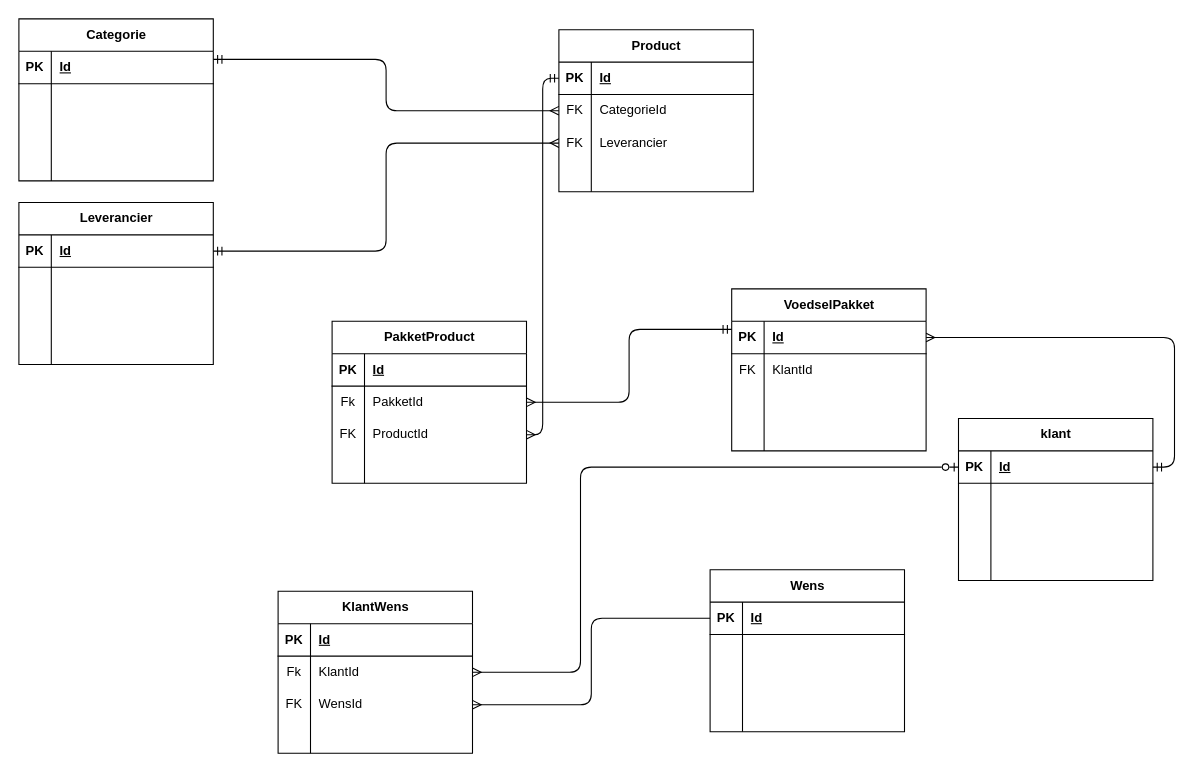
seppanhuis/voedselbank keeps this draw.io diagram as database/ERD/ERDVanIedereen.drawio. Above is the earlier version. Source tidied: cells renumbered, new cells numbered last; positions are measured from the earlier drawing's top-left corner, leaving out a move shared by most shapes. Both pictures are drawn from the tidied source at 108%, with x=0, y=0 at pixel (18, 18).
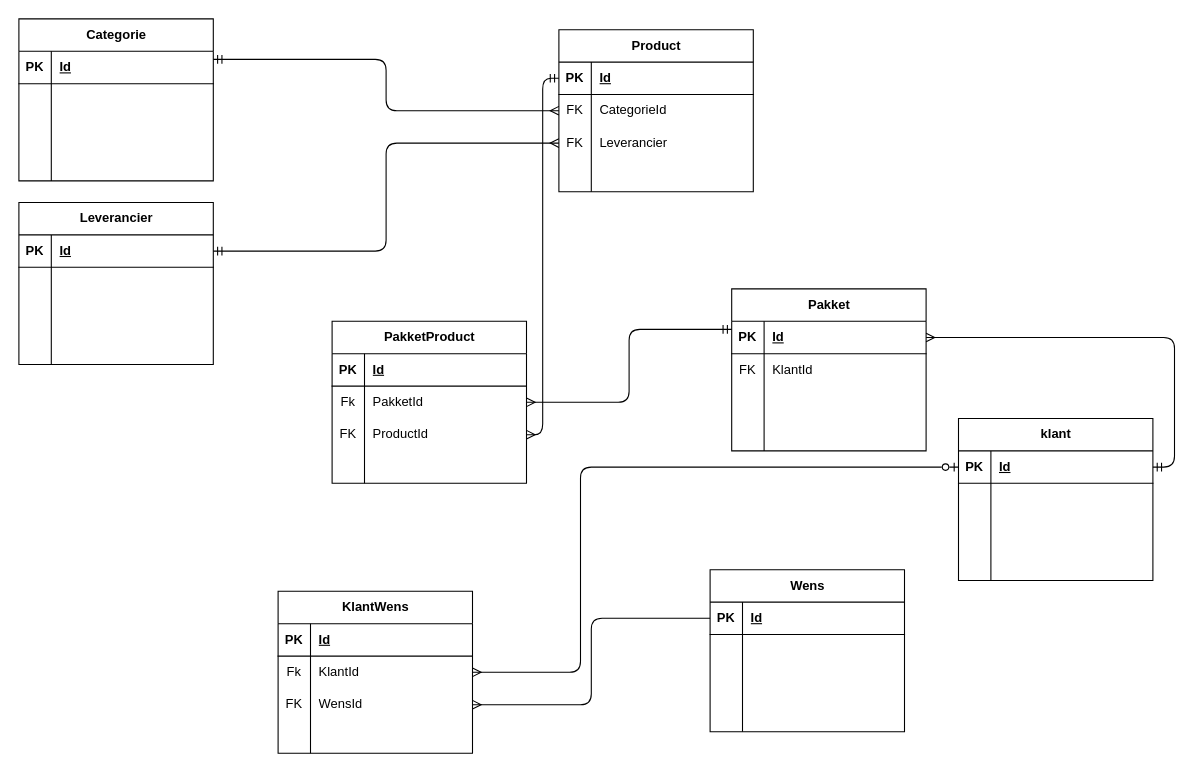
The same diagram, later.

Commit message (it also covers changes not shown here):
eigen erd gemaakt

What changed in the source:
```diff
@@
-    <mxCell id="67" value="VoedselPakket" style="shape=table;startSize=30;childLayout=tableLayout;rowLines=0;fontStyle=1;align=center;html=1;" parent="1" vertex="1">
+    <mxCell id="67" value="Pakket" style="shape=table;startSize=30;childLayout=tableLayout;rowLines=0;fontStyle=1;align=center;html=1;" parent="1" vertex="1">
       <mxGeometry x="660" y="250" width="180" height="150" as="geometry" />
     </mxCell>
```
